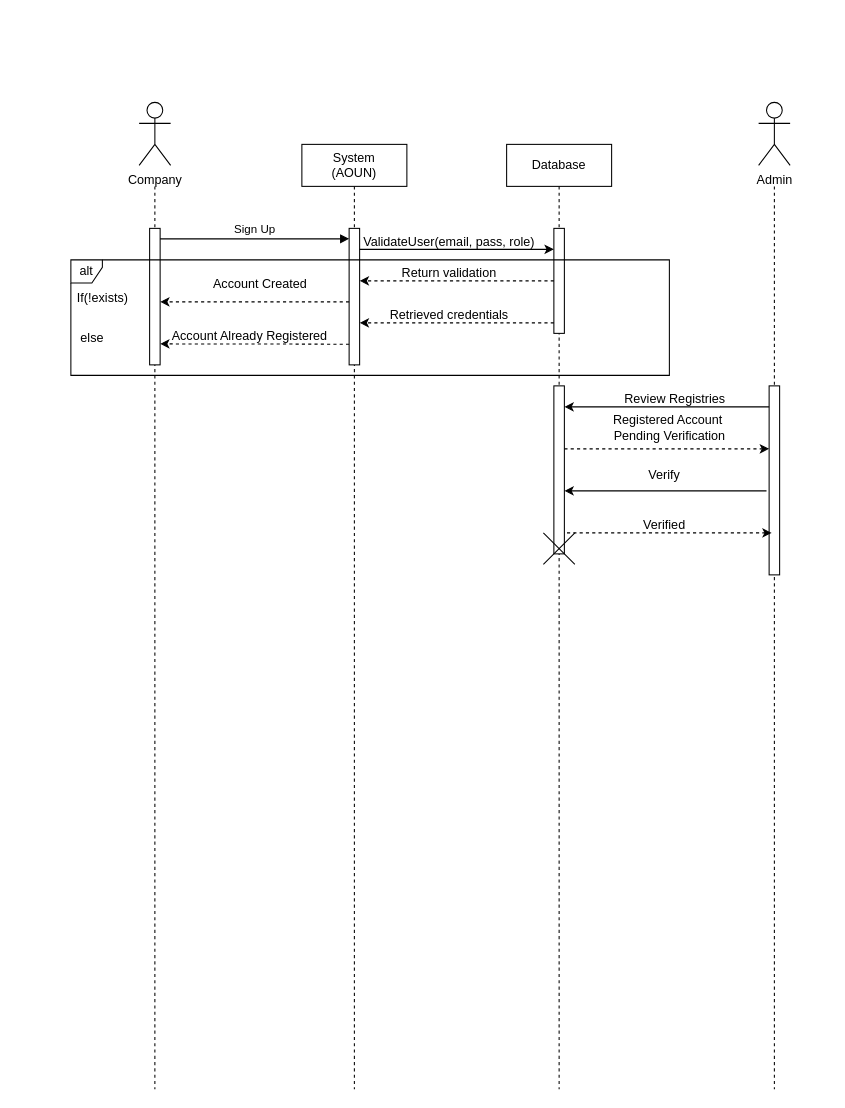
The draw.io diagram Diagrams/RegistrationSequenceDiagram.drawio in saleh300/GP1-report, before the edit. Source tidied: cells renumbered, new cells numbered last; positions are measured from the earlier drawing's top-left corner, leaving out a move shared by most shapes. Both pictures are drawn from the tidied source at 105%, with x=0, y=0 at pixel (65, 102).
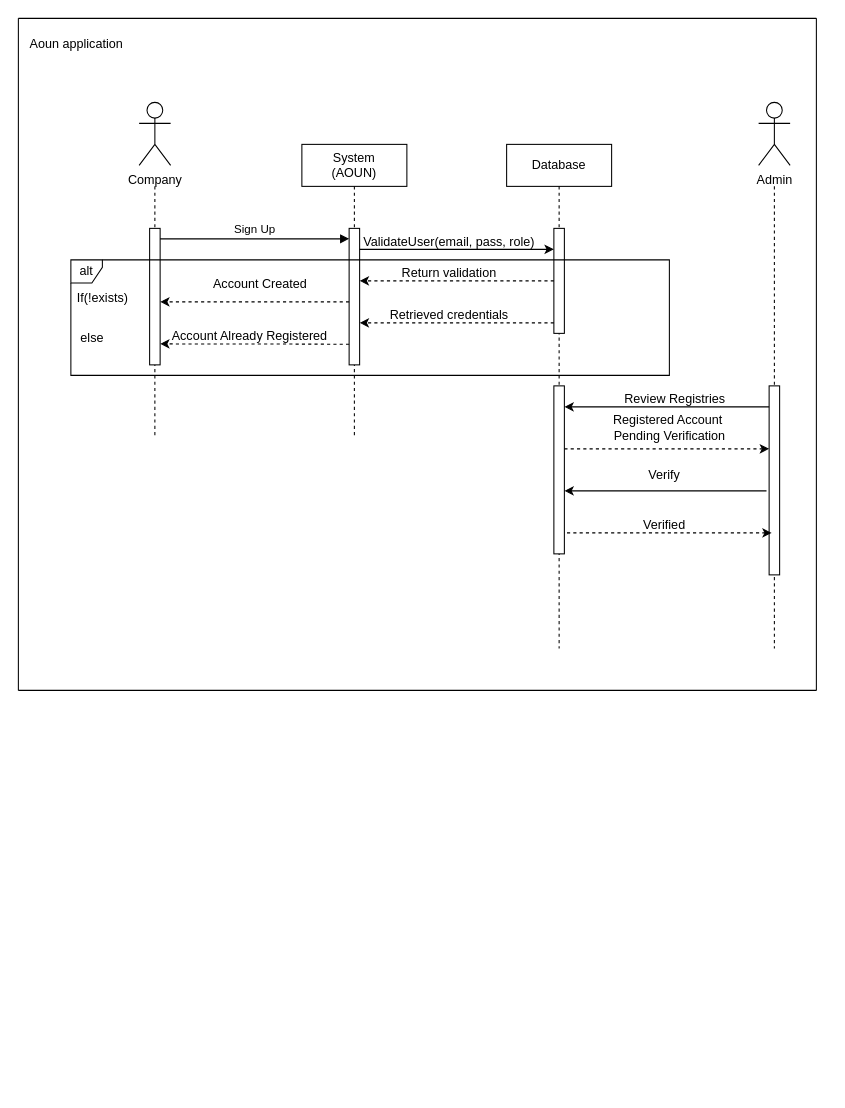
After the change.

What changed in the source:
```diff
@@
     <mxCell id="2" style="shape=umlLifeline;perimeter=lifelinePerimeter;whiteSpace=wrap;html=1;newEdgeStyle={&quot;edgeStyle&quot;:&quot;elbowEdgeStyle&quot;,&quot;elbow&quot;:&quot;vertical&quot;,&quot;curved&quot;:0,&quot;rounded&quot;:0};size=0;" parent="1" vertex="1">
-      <mxGeometry x="35" y="80" width="100" height="860" as="geometry" />
+      <mxGeometry x="35" y="80" width="100" height="240" as="geometry" />
     </mxCell>
@@
     <mxCell id="4" value="System&lt;div&gt;(AOUN)&lt;/div&gt;" style="shape=umlLifeline;perimeter=lifelinePerimeter;whiteSpace=wrap;html=1;newEdgeStyle={&quot;edgeStyle&quot;:&quot;elbowEdgeStyle&quot;,&quot;elbow&quot;:&quot;vertical&quot;,&quot;curved&quot;:0,&quot;rounded&quot;:0};" parent="1" vertex="1">
-      <mxGeometry x="225" y="40" width="100" height="900" as="geometry" />
+      <mxGeometry x="225" y="40" width="100" height="280" as="geometry" />
     </mxCell>
@@
     <mxCell id="7" style="shape=umlLifeline;perimeter=lifelinePerimeter;whiteSpace=wrap;html=1;newEdgeStyle={&quot;edgeStyle&quot;:&quot;elbowEdgeStyle&quot;,&quot;elbow&quot;:&quot;vertical&quot;,&quot;curved&quot;:0,&quot;rounded&quot;:0};size=0;" parent="1" vertex="1">
-      <mxGeometry x="625" y="80" width="100" height="860" as="geometry" />
+      <mxGeometry x="625" y="80" width="100" height="440" as="geometry" />
     </mxCell>
@@
     <mxCell id="9" value="Database" style="shape=umlLifeline;perimeter=lifelinePerimeter;whiteSpace=wrap;html=1;newEdgeStyle={&quot;edgeStyle&quot;:&quot;elbowEdgeStyle&quot;,&quot;elbow&quot;:&quot;vertical&quot;,&quot;curved&quot;:0,&quot;rounded&quot;:0};" parent="1" vertex="1">
-      <mxGeometry x="420" y="40" width="100" height="900" as="geometry" />
+      <mxGeometry x="420" y="40" width="100" height="480" as="geometry" />
     </mxCell>
@@
-    <mxCell id="35" style="shape=umlDestroy;html=1;" parent="1" vertex="1">
-      <mxGeometry x="455" y="410" width="30" height="30" as="geometry" />
-    </mxCell>
+    <mxCell id="36" style="endArrow=none;html=1;rounded=0;" parent="1" edge="1">
+      <mxGeometry relative="1" as="geometry">
+        <mxPoint x="-45" y="560" as="sourcePoint" />
+        <mxPoint x="-45" y="-80" as="targetPoint" />
+      </mxGeometry>
+    </mxCell>
+    <mxCell id="37" style="endArrow=none;html=1;rounded=0;" parent="1" edge="1">
+      <mxGeometry relative="1" as="geometry">
+        <mxPoint x="715" y="560" as="sourcePoint" />
+        <mxPoint x="715" y="-80" as="targetPoint" />
+      </mxGeometry>
+    </mxCell>
+    <mxCell id="38" style="endArrow=none;html=1;rounded=0;" parent="1" edge="1">
+      <mxGeometry relative="1" as="geometry">
+        <mxPoint x="-45" y="-80" as="sourcePoint" />
+        <mxPoint x="715" y="-80" as="targetPoint" />
+      </mxGeometry>
+    </mxCell>
+    <mxCell id="39" style="endArrow=none;html=1;rounded=0;" parent="1" edge="1">
+      <mxGeometry relative="1" as="geometry">
+        <mxPoint x="-45" y="560" as="sourcePoint" />
+        <mxPoint x="715" y="560" as="targetPoint" />
+      </mxGeometry>
+    </mxCell>
+    <mxCell id="40" value="Aoun application" style="text;html=1;align=center;verticalAlign=middle;strokeColor=none;fillColor=none;" parent="1" vertex="1">
+      <mxGeometry x="-45" y="-70" width="110" height="30" as="geometry" />
+    </mxCell>
```
